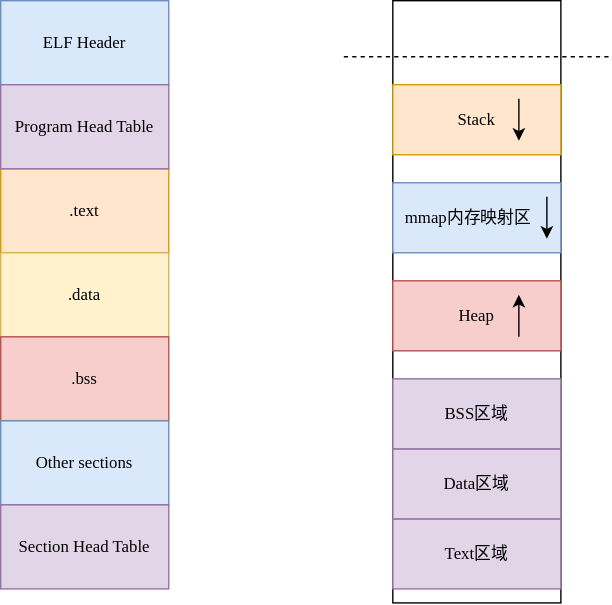
This is hello.drawio.svg from violet227/diagrams, a draw.io export, as it was before one commit. Source tidied: cells renumbered, new cells last; positions are measured from the earlier drawing's top-left corner, leaving out a move shared by most shapes.
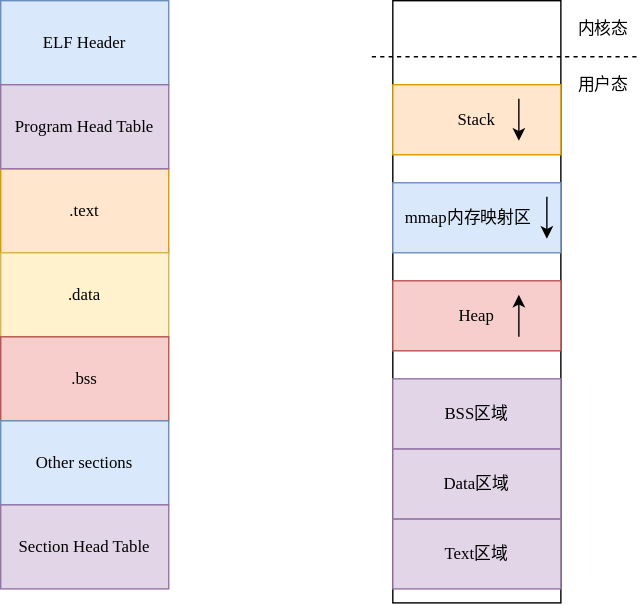
After the commit.

What changed in the source:
```diff
@@ -70,9 +70,15 @@
     </mxCell>
     <mxCell id="21" style="endArrow=none;dashed=1;html=1;rounded=0;fontFamily=Times New Roman;" parent="1" edge="1">
       <mxGeometry relative="1" as="geometry">
-        <mxPoint x="245" y="40" as="sourcePoint" />
-        <mxPoint x="435" y="40" as="targetPoint" />
+        <mxPoint x="265" y="40" as="sourcePoint" />
+        <mxPoint x="455" y="40" as="targetPoint" />
       </mxGeometry>
     </mxCell>
+    <mxCell id="22" value="内核态" style="text;html=1;align=center;verticalAlign=middle;strokeColor=none;fillColor=none;fontFamily=Times New Roman;" parent="1" vertex="1">
+      <mxGeometry x="405" y="10" width="50" height="20" as="geometry" />
+    </mxCell>
+    <mxCell id="23" value="用户态" style="text;html=1;align=center;verticalAlign=middle;strokeColor=none;fillColor=none;fontFamily=Times New Roman;" parent="1" vertex="1">
+      <mxGeometry x="405" y="50" width="50" height="20" as="geometry" />
+    </mxCell>
   </root>
 </mxGraphModel>
```
